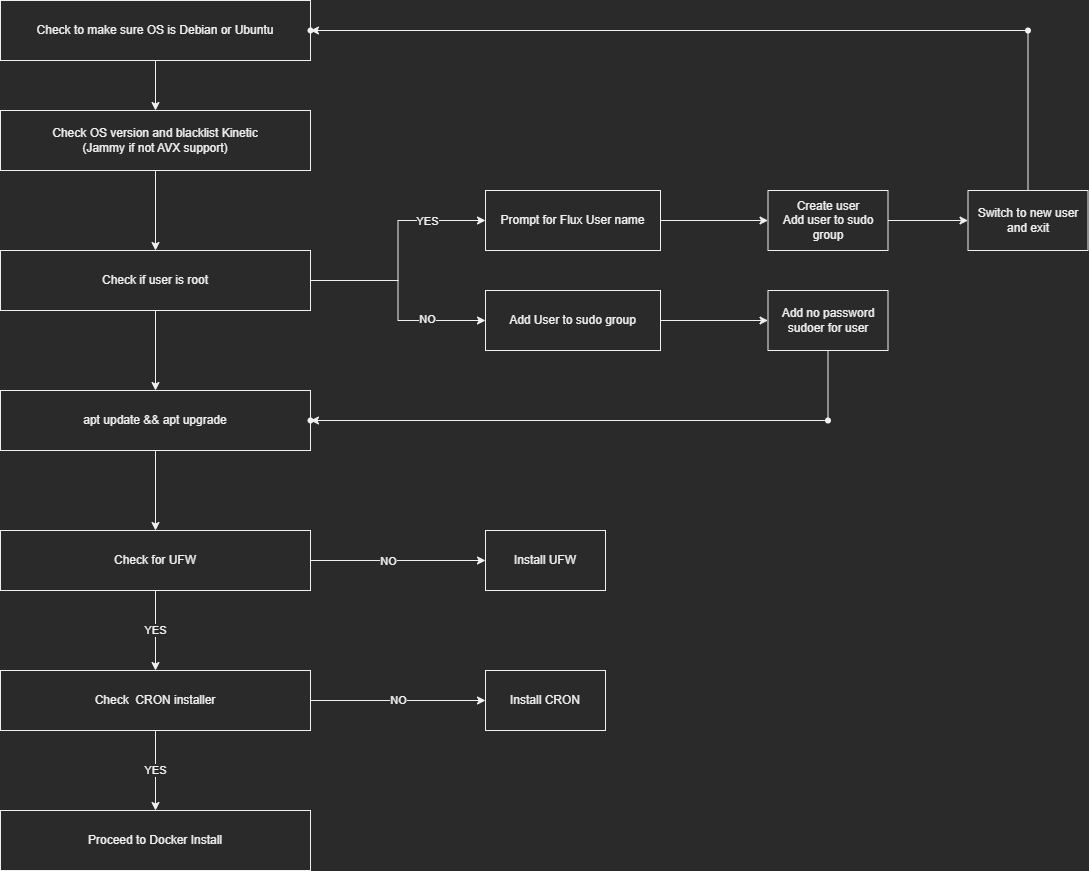
The draw.io diagram docs/Multitoolbox-Initial_Checks.drawio.png in TechDufus/FluxNodeInstall, before a commit. Source tidied: cells renumbered, new cells last; positions are measured from the earlier drawing's top-left corner, leaving out a move shared by most shapes.
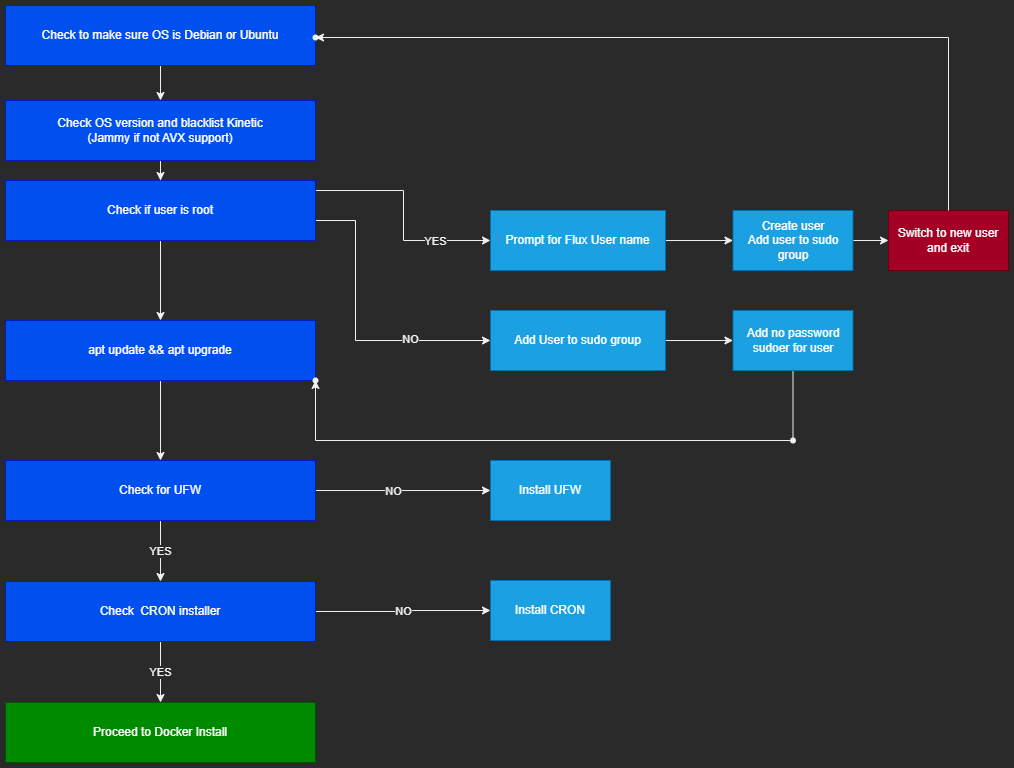
Later version of the same file.

Change to the diagram source:
```diff
@@ -8,23 +8,33 @@
     <mxCell id="3" style="edgeStyle=orthogonalEdgeStyle;rounded=0;jettySize=auto;html=1;" parent="1" edge="1" source="4" target="6">
       <mxGeometry relative="1" as="geometry" />
     </mxCell>
-    <mxCell id="4" value="Check to make sure OS is Debian or Ubuntu" style="rounded=0;whiteSpace=wrap;html=1;" parent="1" vertex="1">
-      <mxGeometry width="310" height="60" as="geometry" />
+    <mxCell id="4" value="Check to make sure OS is Debian or Ubuntu" style="rounded=0;whiteSpace=wrap;html=1;fillColor=#0050ef;fontColor=#ffffff;strokeColor=#001DBC;" parent="1" vertex="1">
+      <mxGeometry y="-15" width="310" height="60" as="geometry" />
     </mxCell>
     <mxCell id="5" style="edgeStyle=orthogonalEdgeStyle;rounded=0;jettySize=auto;html=1;" parent="1" edge="1" source="6" target="12">
       <mxGeometry relative="1" as="geometry" />
     </mxCell>
-    <mxCell id="6" value="Check OS version and blacklist Kinetic &lt;br&gt;(Jammy if not AVX support)" style="rounded=0;whiteSpace=wrap;html=1;" parent="1" vertex="1">
-      <mxGeometry y="110" width="310" height="60" as="geometry" />
+    <mxCell id="6" value="Check OS version and blacklist Kinetic &lt;br&gt;(Jammy if not AVX support)" style="rounded=0;whiteSpace=wrap;html=1;fillColor=#0050ef;fontColor=#ffffff;strokeColor=#001DBC;" parent="1" vertex="1">
+      <mxGeometry y="80" width="310" height="60" as="geometry" />
     </mxCell>
     <mxCell id="7" style="edgeStyle=orthogonalEdgeStyle;rounded=0;jettySize=auto;html=1;" parent="1" edge="1" source="12" target="14">
-      <mxGeometry relative="1" as="geometry" />
+      <mxGeometry relative="1" as="geometry">
+        <Array as="points">
+          <mxPoint x="398" y="170" />
+          <mxPoint x="398" y="220" />
+        </Array>
+      </mxGeometry>
     </mxCell>
     <mxCell id="8" value="YES" style="edgeLabel;html=1;align=center;verticalAlign=middle;" parent="7" vertex="1">
       <mxGeometry x="0.5" relative="1" as="geometry" />
     </mxCell>
     <mxCell id="9" style="edgeStyle=orthogonalEdgeStyle;rounded=0;jettySize=auto;html=1;" parent="1" edge="1" source="12" target="16">
-      <mxGeometry relative="1" as="geometry" />
+      <mxGeometry relative="1" as="geometry">
+        <Array as="points">
+          <mxPoint x="350" y="200" />
+          <mxPoint x="350" y="320" />
+        </Array>
+      </mxGeometry>
     </mxCell>
     <mxCell id="10" value="NO" style="edgeLabel;html=1;align=center;verticalAlign=middle;" parent="9" vertex="1">
       <mxGeometry x="0.45" y="2" relative="1" as="geometry" />
@@ -32,44 +42,41 @@
     <mxCell id="11" style="edgeStyle=orthogonalEdgeStyle;rounded=0;jettySize=auto;html=1;" parent="1" edge="1" source="12" target="24">
       <mxGeometry relative="1" as="geometry" />
     </mxCell>
-    <mxCell id="12" value="Check if user is root" style="rounded=0;whiteSpace=wrap;html=1;" parent="1" vertex="1">
-      <mxGeometry y="250" width="310" height="60" as="geometry" />
+    <mxCell id="12" value="Check if user is root" style="rounded=0;whiteSpace=wrap;html=1;fillColor=#0050ef;fontColor=#ffffff;strokeColor=#001DBC;" parent="1" vertex="1">
+      <mxGeometry y="160" width="310" height="60" as="geometry" />
     </mxCell>
     <mxCell id="13" style="edgeStyle=orthogonalEdgeStyle;rounded=0;jettySize=auto;html=1;" parent="1" edge="1" source="14" target="18">
       <mxGeometry relative="1" as="geometry" />
     </mxCell>
-    <mxCell id="14" value="Prompt for Flux User name" style="whiteSpace=wrap;html=1;rounded=0;" parent="1" vertex="1">
+    <mxCell id="14" value="Prompt for Flux User name" style="whiteSpace=wrap;html=1;rounded=0;fillColor=#1ba1e2;fontColor=#ffffff;strokeColor=#006EAF;" parent="1" vertex="1">
       <mxGeometry x="485" y="190" width="175" height="60" as="geometry" />
     </mxCell>
     <mxCell id="15" style="edgeStyle=orthogonalEdgeStyle;rounded=0;jettySize=auto;html=1;" parent="1" edge="1" source="16" target="22">
       <mxGeometry relative="1" as="geometry" />
     </mxCell>
-    <mxCell id="16" value="Add User to sudo group" style="whiteSpace=wrap;html=1;rounded=0;" parent="1" vertex="1">
+    <mxCell id="16" value="Add User to sudo group" style="whiteSpace=wrap;html=1;rounded=0;fillColor=#1ba1e2;fontColor=#ffffff;strokeColor=#006EAF;" parent="1" vertex="1">
       <mxGeometry x="485" y="290" width="175" height="60" as="geometry" />
     </mxCell>
     <mxCell id="17" style="edgeStyle=orthogonalEdgeStyle;rounded=0;jettySize=auto;html=1;" parent="1" edge="1" source="18" target="20">
       <mxGeometry relative="1" as="geometry" />
     </mxCell>
-    <mxCell id="18" value="Create user&lt;br&gt;Add user to sudo group" style="whiteSpace=wrap;html=1;rounded=0;" parent="1" vertex="1">
-      <mxGeometry x="767.5" y="190" width="120" height="60" as="geometry" />
+    <mxCell id="18" value="Create user&lt;br&gt;Add user to sudo group" style="whiteSpace=wrap;html=1;rounded=0;fillColor=#1ba1e2;fontColor=#ffffff;strokeColor=#006EAF;" parent="1" vertex="1">
+      <mxGeometry x="727.5" y="190" width="120" height="60" as="geometry" />
     </mxCell>
-    <mxCell id="19" style="edgeStyle=orthogonalEdgeStyle;rounded=0;jettySize=auto;html=1;strokeColor=default;endSize=0;" parent="1" edge="1" source="20" target="38">
-      <mxGeometry relative="1" as="geometry" />
-    </mxCell>
-    <mxCell id="20" value="Switch to new user and exit" style="whiteSpace=wrap;html=1;rounded=0;" parent="1" vertex="1">
-      <mxGeometry x="967.5" y="190" width="120" height="60" as="geometry" />
+    <mxCell id="20" value="Switch to new user and exit" style="whiteSpace=wrap;html=1;rounded=0;fillColor=#a20025;fontColor=#ffffff;strokeColor=#6F0000;" parent="1" vertex="1">
+      <mxGeometry x="883" y="190" width="120" height="60" as="geometry" />
     </mxCell>
     <mxCell id="21" style="edgeStyle=orthogonalEdgeStyle;rounded=0;jettySize=auto;html=1;strokeColor=default;endSize=0;" parent="1" edge="1" source="22" target="35">
       <mxGeometry relative="1" as="geometry" />
     </mxCell>
-    <mxCell id="22" value="Add no password sudoer for user" style="whiteSpace=wrap;html=1;rounded=0;" parent="1" vertex="1">
-      <mxGeometry x="767.5" y="290" width="120" height="60" as="geometry" />
+    <mxCell id="22" value="Add no password sudoer for user" style="whiteSpace=wrap;html=1;rounded=0;fillColor=#1ba1e2;fontColor=#ffffff;strokeColor=#006EAF;" parent="1" vertex="1">
+      <mxGeometry x="727.5" y="290" width="120" height="60" as="geometry" />
     </mxCell>
     <mxCell id="23" style="edgeStyle=orthogonalEdgeStyle;rounded=0;jettySize=auto;html=1;" parent="1" edge="1" source="24" target="27">
       <mxGeometry relative="1" as="geometry" />
     </mxCell>
-    <mxCell id="24" value="apt update &amp;amp;&amp;amp; apt upgrade" style="rounded=0;whiteSpace=wrap;html=1;" parent="1" vertex="1">
-      <mxGeometry y="390" width="310" height="60" as="geometry" />
+    <mxCell id="24" value="apt update &amp;amp;&amp;amp; apt upgrade" style="rounded=0;whiteSpace=wrap;html=1;fillColor=#0050ef;fontColor=#ffffff;strokeColor=#001DBC;" parent="1" vertex="1">
+      <mxGeometry y="300" width="310" height="60" as="geometry" />
     </mxCell>
     <mxCell id="25" style="edgeStyle=orthogonalEdgeStyle;rounded=0;jettySize=auto;html=1;" parent="1" edge="1" source="27" target="28">
       <mxGeometry relative="1" as="geometry" />
@@ -77,11 +84,11 @@
     <mxCell id="26" value="NO" style="edgeLabel;html=1;align=center;verticalAlign=middle;" parent="25" vertex="1">
       <mxGeometry x="-0.12" relative="1" as="geometry" />
     </mxCell>
-    <mxCell id="27" value="Check for UFW" style="rounded=0;whiteSpace=wrap;html=1;" parent="1" vertex="1">
-      <mxGeometry y="530" width="310" height="60" as="geometry" />
+    <mxCell id="27" value="Check for UFW" style="rounded=0;whiteSpace=wrap;html=1;fillColor=#0050ef;fontColor=#ffffff;strokeColor=#001DBC;" parent="1" vertex="1">
+      <mxGeometry y="440" width="310" height="60" as="geometry" />
     </mxCell>
-    <mxCell id="28" value="Install UFW" style="whiteSpace=wrap;html=1;rounded=0;" parent="1" vertex="1">
-      <mxGeometry x="485" y="530" width="120" height="60" as="geometry" />
+    <mxCell id="28" value="Install UFW" style="whiteSpace=wrap;html=1;rounded=0;fillColor=#1ba1e2;fontColor=#ffffff;strokeColor=#006EAF;" parent="1" vertex="1">
+      <mxGeometry x="485" y="440" width="120" height="60" as="geometry" />
     </mxCell>
     <mxCell id="29" value="NO" style="edgeStyle=orthogonalEdgeStyle;rounded=0;jettySize=auto;html=1;" parent="1" edge="1" source="31" target="32">
       <mxGeometry relative="1" as="geometry" />
@@ -89,37 +96,37 @@
     <mxCell id="30" value="YES" style="edgeStyle=orthogonalEdgeStyle;rounded=0;jettySize=auto;html=1;" parent="1" edge="1" source="31" target="33">
       <mxGeometry relative="1" as="geometry" />
     </mxCell>
-    <mxCell id="31" value="Check&amp;nbsp; CRON installer" style="rounded=0;whiteSpace=wrap;html=1;" parent="1" vertex="1">
-      <mxGeometry y="670" width="310" height="60" as="geometry" />
+    <mxCell id="31" value="Check&amp;nbsp; CRON installer" style="rounded=0;whiteSpace=wrap;html=1;fillColor=#0050ef;fontColor=#ffffff;strokeColor=#001DBC;" parent="1" vertex="1">
+      <mxGeometry y="561" width="310" height="60" as="geometry" />
     </mxCell>
-    <mxCell id="32" value="Install CRON" style="whiteSpace=wrap;html=1;rounded=0;" parent="1" vertex="1">
-      <mxGeometry x="485" y="670" width="120" height="60" as="geometry" />
+    <mxCell id="32" value="Install CRON" style="whiteSpace=wrap;html=1;rounded=0;fillColor=#1ba1e2;fontColor=#ffffff;strokeColor=#006EAF;" parent="1" vertex="1">
+      <mxGeometry x="485" y="560" width="120" height="60" as="geometry" />
     </mxCell>
-    <mxCell id="33" value="Proceed to Docker Install" style="rounded=0;whiteSpace=wrap;html=1;" parent="1" vertex="1">
-      <mxGeometry y="810" width="310" height="60" as="geometry" />
+    <mxCell id="33" value="Proceed to Docker Install" style="rounded=0;whiteSpace=wrap;html=1;fillColor=#008a00;fontColor=#ffffff;strokeColor=#005700;" parent="1" vertex="1">
+      <mxGeometry y="682" width="310" height="60" as="geometry" />
     </mxCell>
     <mxCell id="34" style="edgeStyle=orthogonalEdgeStyle;rounded=0;jettySize=auto;html=1;" parent="1" edge="1" source="35" target="36">
       <mxGeometry relative="1" as="geometry">
         <Array as="points">
-          <mxPoint x="828" y="420" />
           <mxPoint x="310" y="420" />
         </Array>
       </mxGeometry>
     </mxCell>
     <mxCell id="35" style="shape=waypoint;sketch=0;size=6;points=[];fillColor=default;perimeter=centerPerimeter;snapToPoint=1;rounded=0;" parent="1" vertex="1">
-      <mxGeometry x="807.5" y="400" width="40" height="40" as="geometry" />
+      <mxGeometry x="767.5" y="400" width="40" height="40" as="geometry" />
     </mxCell>
     <mxCell id="36" style="shape=waypoint;sketch=0;size=6;points=[];fillColor=default;perimeter=centerPerimeter;snapToPoint=1;rounded=0;" parent="1" vertex="1">
-      <mxGeometry x="290" y="400" width="40" height="40" as="geometry" />
+      <mxGeometry x="290" y="340" width="40" height="40" as="geometry" />
     </mxCell>
-    <mxCell id="37" style="edgeStyle=orthogonalEdgeStyle;rounded=0;jettySize=auto;html=1;strokeColor=default;endSize=6;" parent="1" edge="1" source="38" target="39">
-      <mxGeometry relative="1" as="geometry" />
+    <mxCell id="37" style="edgeStyle=orthogonalEdgeStyle;rounded=0;jettySize=auto;html=1;strokeColor=default;endSize=6;entryX=0.475;entryY=-0.075;entryDx=0;entryDy=0;entryPerimeter=0;exitX=0.5;exitY=0;exitDx=0;exitDy=0;" parent="1" edge="1" source="20" target="39">
+      <mxGeometry relative="1" as="geometry">
+        <Array as="points">
+          <mxPoint x="943" y="17" />
+        </Array>
+      </mxGeometry>
     </mxCell>
-    <mxCell id="38" style="shape=waypoint;sketch=0;size=6;points=[];fillColor=default;perimeter=centerPerimeter;snapToPoint=1;rounded=0;" parent="1" vertex="1">
-      <mxGeometry x="1007.5" y="10" width="40" height="40" as="geometry" />
-    </mxCell>
     <mxCell id="39" style="shape=waypoint;sketch=0;size=6;points=[];fillColor=default;perimeter=centerPerimeter;snapToPoint=1;rounded=0;" parent="1" vertex="1">
-      <mxGeometry x="290" y="10" width="40" height="40" as="geometry" />
+      <mxGeometry x="290" y="-3" width="40" height="40" as="geometry" />
     </mxCell>
   </root>
 </mxGraphModel>
```
